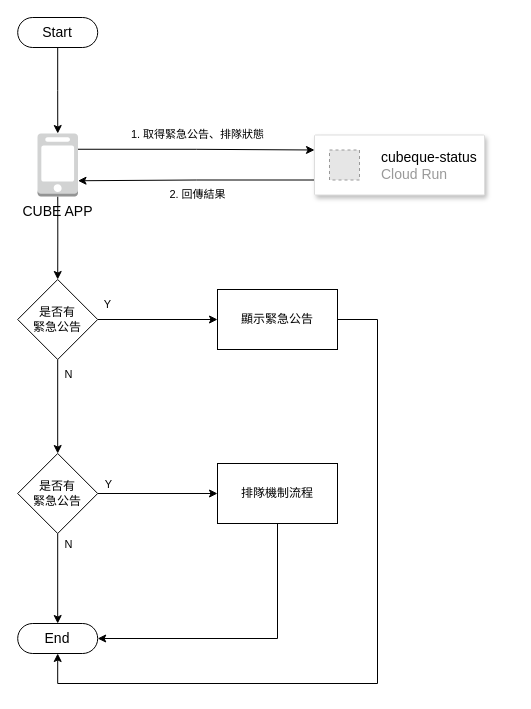
Before: ccc.drawio in JaeyoLin/draw.io, a draw.io diagram. Source tidied: cells renumbered, new cells numbered last; positions are measured from the earlier drawing's top-left corner, leaving out a move shared by most shapes. Both pictures are drawn from the tidied source at 100%, with x=0, y=0 at pixel (17, 17). Pictures stored in the file or linked from it are replaced by grey dashed boxes.
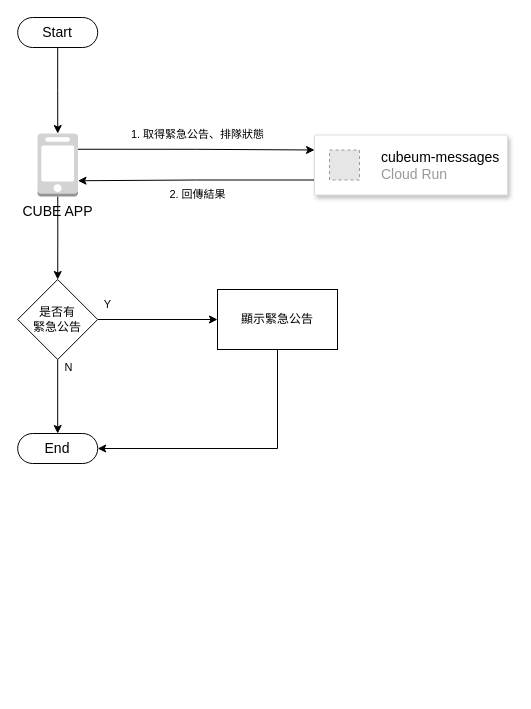
Above is the later version.

The change refers to these unchanged cells:
```xml
<mxCell id="14" value="是否有&lt;br&gt;緊急公告" style="rhombus;whiteSpace=wrap;html=1;" parent="1" vertex="1">
  <mxGeometry x="0.2" y="262" width="80" height="80" as="geometry" />
</mxCell>
<mxCell id="18" value="顯示緊急公告" style="rounded=0;whiteSpace=wrap;html=1;" parent="1" vertex="1">
  <mxGeometry x="200" y="272" width="120" height="60" as="geometry" />
</mxCell>
```

Change to the diagram source:
```diff
@@
     <mxCell id="8" style="strokeColor=#dddddd;shadow=1;strokeWidth=1;rounded=1;absoluteArcSize=1;arcSize=2;fontSize=14;" parent="1" vertex="1">
-      <mxGeometry x="297" y="117.5" width="170" height="60" as="geometry" />
+      <mxGeometry x="297" y="117.5" width="193" height="60" as="geometry" />
     </mxCell>
-    <mxCell id="9" value="&lt;font style=&quot;font-size: 14px;&quot;&gt;&lt;font style=&quot;font-size: 14px;&quot; color=&quot;#000000&quot;&gt;cubeque-status&lt;/font&gt;&lt;br&gt;Cloud Run&lt;/font&gt;" style="fillColor=#E6E6E6;strokeColor=#999999;dashed=1;html=1;fontColor=#999999;verticalLabelPosition=middle;labelBackgroundColor=#ffffff;verticalAlign=middle;labelPosition=right;align=left;spacingLeft=20;" parent="8" vertex="1">
+    <mxCell id="9" value="&lt;font style=&quot;font-size: 14px;&quot;&gt;&lt;font style=&quot;font-size: 14px;&quot; color=&quot;#000000&quot;&gt;cubeum-messages&lt;/font&gt;&lt;br&gt;Cloud Run&lt;/font&gt;" style="fillColor=#E6E6E6;strokeColor=#999999;dashed=1;html=1;fontColor=#999999;verticalLabelPosition=middle;labelBackgroundColor=#ffffff;verticalAlign=middle;labelPosition=right;align=left;spacingLeft=20;" parent="8" vertex="1">
       <mxGeometry width="30" height="30" relative="1" as="geometry">
         <mxPoint x="15" y="15" as="offset" />
       </mxGeometry>
     </mxCell>
-    <mxCell id="10" style="edgeStyle=orthogonalEdgeStyle;rounded=0;jettySize=auto;html=1;entryX=0.5;entryY=0;entryDx=0;entryDy=0;" parent="1" edge="1" source="14" target="23">
+    <mxCell id="10" style="edgeStyle=orthogonalEdgeStyle;rounded=0;jettySize=auto;html=1;entryX=0.5;entryY=0.5;entryDx=0;entryDy=-15;entryPerimeter=0;" parent="1" edge="1" source="14" target="26">
       <mxGeometry relative="1" as="geometry" />
     </mxCell>
@@
-    <mxCell id="17" style="edgeStyle=orthogonalEdgeStyle;rounded=0;jettySize=auto;html=1;entryX=0.5;entryY=0.5;entryDx=0;entryDy=15;entryPerimeter=0;" parent="1" edge="1" source="18" target="26">
+    <mxCell id="17" style="edgeStyle=orthogonalEdgeStyle;rounded=0;jettySize=auto;html=1;entryX=1;entryY=0.5;entryDx=0;entryDy=0;entryPerimeter=0;exitX=0.5;exitY=1;exitDx=0;exitDy=0;" parent="1" edge="1" source="18" target="26">
       <mxGeometry relative="1" as="geometry">
         <Array as="points">
-          <mxPoint x="360" y="302" />
-          <mxPoint x="360" y="666" />
-          <mxPoint x="40" y="666" />
+          <mxPoint x="260" y="431" />
         </Array>
       </mxGeometry>
     </mxCell>
@@
-    <mxCell id="19" style="edgeStyle=orthogonalEdgeStyle;rounded=0;jettySize=auto;html=1;entryX=0;entryY=0.5;entryDx=0;entryDy=0;" parent="1" edge="1" source="23" target="25">
-      <mxGeometry relative="1" as="geometry" />
-    </mxCell>
-    <mxCell id="20" value="Y" style="edgeLabel;html=1;align=center;verticalAlign=middle;" parent="19" vertex="1">
-      <mxGeometry x="-0.42" y="1" relative="1" as="geometry">
-        <mxPoint x="-25" y="-9" as="offset" />
-      </mxGeometry>
-    </mxCell>
-    <mxCell id="21" style="edgeStyle=orthogonalEdgeStyle;rounded=0;jettySize=auto;html=1;entryX=0.5;entryY=0.5;entryDx=0;entryDy=-15;entryPerimeter=0;" parent="1" edge="1" source="23" target="26">
-      <mxGeometry relative="1" as="geometry" />
-    </mxCell>
-    <mxCell id="22" value="N" style="edgeLabel;html=1;align=center;verticalAlign=middle;" parent="21" vertex="1">
-      <mxGeometry x="-0.69" y="1" relative="1" as="geometry">
-        <mxPoint x="9" y="-4" as="offset" />
-      </mxGeometry>
-    </mxCell>
-    <mxCell id="23" value="是否有&lt;br&gt;緊急公告" style="rhombus;whiteSpace=wrap;html=1;" parent="1" vertex="1">
-      <mxGeometry x="0.2" y="436" width="80" height="80" as="geometry" />
-    </mxCell>
-    <mxCell id="24" style="edgeStyle=orthogonalEdgeStyle;rounded=0;jettySize=auto;html=1;entryX=1;entryY=0.5;entryDx=0;entryDy=0;entryPerimeter=0;" parent="1" edge="1" source="25" target="26">
-      <mxGeometry relative="1" as="geometry">
-        <Array as="points">
-          <mxPoint x="260" y="621" />
-        </Array>
-      </mxGeometry>
-    </mxCell>
-    <mxCell id="25" value="排隊機制流程" style="rounded=0;whiteSpace=wrap;html=1;" parent="1" vertex="1">
-      <mxGeometry x="200" y="446" width="120" height="60" as="geometry" />
-    </mxCell>
     <mxCell id="26" value="End" style="html=1;dashed=0;whiteSpace=wrap;shape=mxgraph.dfd.start;fontSize=14;" parent="1" vertex="1">
-      <mxGeometry x="0.2" y="606" width="80" height="30" as="geometry" />
+      <mxGeometry x="0.2" y="416" width="80" height="30" as="geometry" />
     </mxCell>
```
